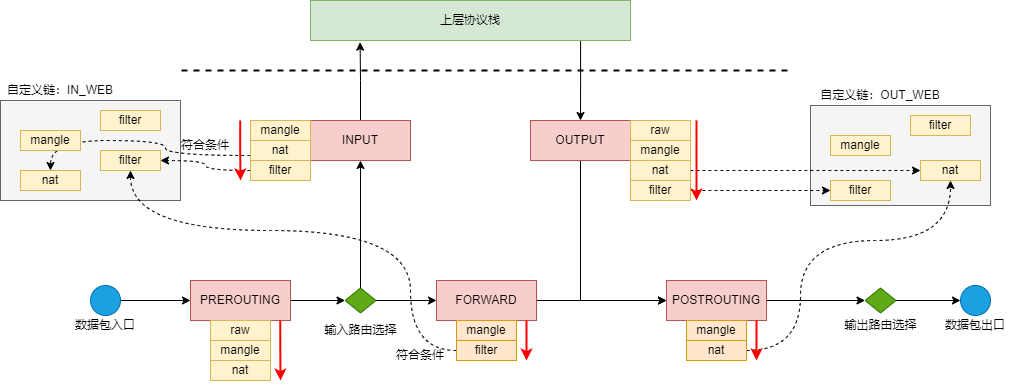
Earlier version of the draw.io export posts/iptables/assets/custom-chain.drawio.png (lsj9383/blog). Source tidied: cells renumbered, new cells last; positions are measured from the earlier drawing's top-left corner, leaving out a move shared by most shapes.
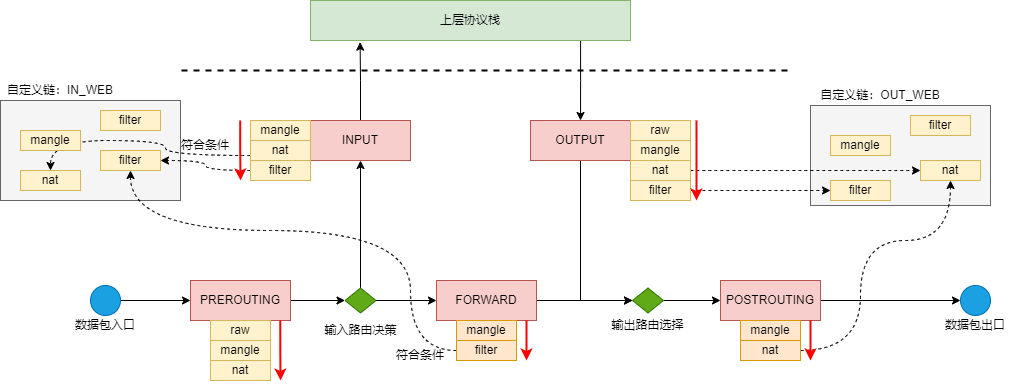
Above is the later version.

Diff of the diagram source:
```diff
@@ -41,9 +41,9 @@
     <mxCell id="12" value="filter" style="rounded=0;whiteSpace=wrap;html=1;fillColor=#fff2cc;strokeColor=#d6b656;" parent="1" vertex="1">
       <mxGeometry x="250" y="160" width="60" height="20" as="geometry" />
     </mxCell>
-    <mxCell id="13" style="edgeStyle=orthogonalEdgeStyle;rounded=0;jettySize=auto;html=1;exitX=0.5;exitY=1;exitDx=0;exitDy=0;entryX=0;entryY=0.5;entryDx=0;entryDy=0;" parent="1" edge="1" source="14" target="22">
-      <mxGeometry relative="1" as="geometry" />
-    </mxCell>
+    <mxCell id="66" style="edgeStyle=orthogonalEdgeStyle;rounded=0;jettySize=auto;html=1;exitX=0.5;exitY=1;exitDx=0;exitDy=0;entryX=0;entryY=0.5;entryDx=0;entryDy=0;" parent="1" edge="1" source="14" target="64">
+      <mxGeometry relative="1" as="geometry" />
+    </mxCell>
     <mxCell id="14" value="OUTPUT" style="rounded=0;whiteSpace=wrap;html=1;fillColor=#f8cecc;strokeColor=#b85450;" parent="1" vertex="1">
       <mxGeometry x="530" y="120" width="100" height="40" as="geometry" />
     </mxCell>
@@ -65,30 +65,30 @@
     <mxCell id="20" value="raw" style="rounded=0;whiteSpace=wrap;html=1;fillColor=#fff2cc;strokeColor=#d6b656;" parent="1" vertex="1">
       <mxGeometry x="630" y="120" width="60" height="20" as="geometry" />
     </mxCell>
-    <mxCell id="21" style="edgeStyle=orthogonalEdgeStyle;rounded=0;jettySize=auto;html=1;exitX=1;exitY=0.5;exitDx=0;exitDy=0;entryX=0;entryY=0.5;entryDx=0;entryDy=0;" parent="1" edge="1" source="22" target="64">
+    <mxCell id="21" style="edgeStyle=orthogonalEdgeStyle;rounded=0;jettySize=auto;html=1;exitX=1;exitY=0.5;exitDx=0;exitDy=0;entryX=0;entryY=0.5;entryDx=0;entryDy=0;" parent="1" edge="1" source="22" target="41">
       <mxGeometry relative="1" as="geometry" />
     </mxCell>
     <mxCell id="22" value="POSTROUTING" style="rounded=0;whiteSpace=wrap;html=1;fillColor=#f8cecc;strokeColor=#b85450;" parent="1" vertex="1">
-      <mxGeometry x="666" y="280" width="100" height="40" as="geometry" />
+      <mxGeometry x="720" y="280" width="100" height="40" as="geometry" />
     </mxCell>
     <mxCell id="23" value="mangle" style="rounded=0;whiteSpace=wrap;html=1;fillColor=#ffe6cc;strokeColor=#d79b00;" parent="1" vertex="1">
-      <mxGeometry x="686" y="320" width="60" height="20" as="geometry" />
+      <mxGeometry x="740" y="320" width="60" height="20" as="geometry" />
     </mxCell>
     <mxCell id="24" style="edgeStyle=orthogonalEdgeStyle;curved=1;rounded=0;jettySize=auto;html=1;exitX=1;exitY=0.5;exitDx=0;exitDy=0;entryX=0.5;entryY=1;entryDx=0;entryDy=0;dashed=1;strokeColor=#000000;strokeWidth=1;fontSize=7;" parent="1" edge="1" source="25" target="59">
       <mxGeometry relative="1" as="geometry">
         <Array as="points">
-          <mxPoint x="800" y="350" />
-          <mxPoint x="800" y="240" />
+          <mxPoint x="860" y="350" />
+          <mxPoint x="860" y="240" />
           <mxPoint x="950" y="240" />
         </Array>
       </mxGeometry>
     </mxCell>
     <mxCell id="25" value="nat" style="rounded=0;whiteSpace=wrap;html=1;fillColor=#ffe6cc;strokeColor=#d79b00;" parent="1" vertex="1">
-      <mxGeometry x="686" y="340" width="60" height="20" as="geometry" />
+      <mxGeometry x="740" y="340" width="60" height="20" as="geometry" />
     </mxCell>
-    <mxCell id="26" style="edgeStyle=orthogonalEdgeStyle;rounded=0;jettySize=auto;html=1;exitX=1;exitY=0.5;exitDx=0;exitDy=0;" parent="1" edge="1" source="27" target="22">
-      <mxGeometry relative="1" as="geometry" />
-    </mxCell>
+    <mxCell id="67" style="edgeStyle=orthogonalEdgeStyle;rounded=0;jettySize=auto;html=1;exitX=1;exitY=0.5;exitDx=0;exitDy=0;entryX=0;entryY=0.5;entryDx=0;entryDy=0;" parent="1" edge="1" source="27" target="64">
+      <mxGeometry relative="1" as="geometry" />
+    </mxCell>
     <mxCell id="27" value="FORWARD" style="rounded=0;whiteSpace=wrap;html=1;fillColor=#f8cecc;strokeColor=#b85450;" parent="1" vertex="1">
       <mxGeometry x="436" y="280" width="100" height="40" as="geometry" />
     </mxCell>
@@ -146,7 +146,7 @@
     <mxCell id="43" value="数据包入口" style="text;html=1;strokeColor=none;fillColor=none;align=center;verticalAlign=middle;whiteSpace=wrap;rounded=0;" parent="1" vertex="1">
       <mxGeometry x="70" y="310" width="70" height="30" as="geometry" />
     </mxCell>
-    <mxCell id="44" value="输入路由选择" style="text;html=1;strokeColor=none;fillColor=none;align=center;verticalAlign=middle;whiteSpace=wrap;rounded=0;" parent="1" vertex="1">
+    <mxCell id="44" value="输入路由决策" style="text;html=1;strokeColor=none;fillColor=none;align=center;verticalAlign=middle;whiteSpace=wrap;rounded=0;" parent="1" vertex="1">
       <mxGeometry x="317.5" y="320" width="85" height="20" as="geometry" />
     </mxCell>
     <mxCell id="45" style="edgeStyle=orthogonalEdgeStyle;rounded=0;orthogonalLoop=1;jettySize=auto;html=1;strokeWidth=2;strokeColor=#FF0000;" parent="1" edge="1">
@@ -166,8 +166,8 @@
     </mxCell>
     <mxCell id="47" style="edgeStyle=orthogonalEdgeStyle;rounded=0;orthogonalLoop=1;jettySize=auto;html=1;strokeWidth=2;strokeColor=#FF0000;" parent="1" edge="1">
       <mxGeometry relative="1" as="geometry">
-        <mxPoint x="756" y="320" as="sourcePoint" />
-        <mxPoint x="756" y="360" as="targetPoint" />
+        <mxPoint x="810" y="320" as="sourcePoint" />
+        <mxPoint x="810" y="360" as="targetPoint" />
       </mxGeometry>
     </mxCell>
     <mxCell id="48" style="edgeStyle=orthogonalEdgeStyle;rounded=0;orthogonalLoop=1;jettySize=auto;html=1;strokeWidth=2;strokeColor=#FF0000;" parent="1" edge="1">
@@ -228,14 +228,14 @@
     <mxCell id="62" value="自定义链：OUT_WEB" style="text;html=1;strokeColor=none;fillColor=none;align=center;verticalAlign=middle;whiteSpace=wrap;rounded=0;" parent="1" vertex="1">
       <mxGeometry x="810" y="85" width="140" height="20" as="geometry" />
     </mxCell>
-    <mxCell id="63" style="edgeStyle=orthogonalEdgeStyle;rounded=0;jettySize=auto;html=1;exitX=1;exitY=0.5;exitDx=0;exitDy=0;" parent="1" edge="1" source="64" target="41">
-      <mxGeometry relative="1" as="geometry" />
-    </mxCell>
+    <mxCell id="68" style="edgeStyle=orthogonalEdgeStyle;rounded=0;jettySize=auto;html=1;exitX=1;exitY=0.5;exitDx=0;exitDy=0;entryX=0;entryY=0.5;entryDx=0;entryDy=0;" parent="1" edge="1" source="64" target="22">
+      <mxGeometry relative="1" as="geometry" />
+    </mxCell>
     <mxCell id="64" style="rhombus;whiteSpace=wrap;html=1;fillColor=#60a917;fontColor=#ffffff;strokeColor=#2D7600;" parent="1" vertex="1">
-      <mxGeometry x="864.5" y="287.5" width="31" height="25" as="geometry" />
+      <mxGeometry x="632" y="287.5" width="31" height="25" as="geometry" />
     </mxCell>
     <mxCell id="65" value="输出路由选择" style="text;html=1;strokeColor=none;fillColor=none;align=center;verticalAlign=middle;whiteSpace=wrap;rounded=0;" parent="1" vertex="1">
-      <mxGeometry x="837.5" y="315" width="85" height="20" as="geometry" />
+      <mxGeometry x="605" y="315" width="85" height="20" as="geometry" />
     </mxCell>
   </root>
 </mxGraphModel>
```
